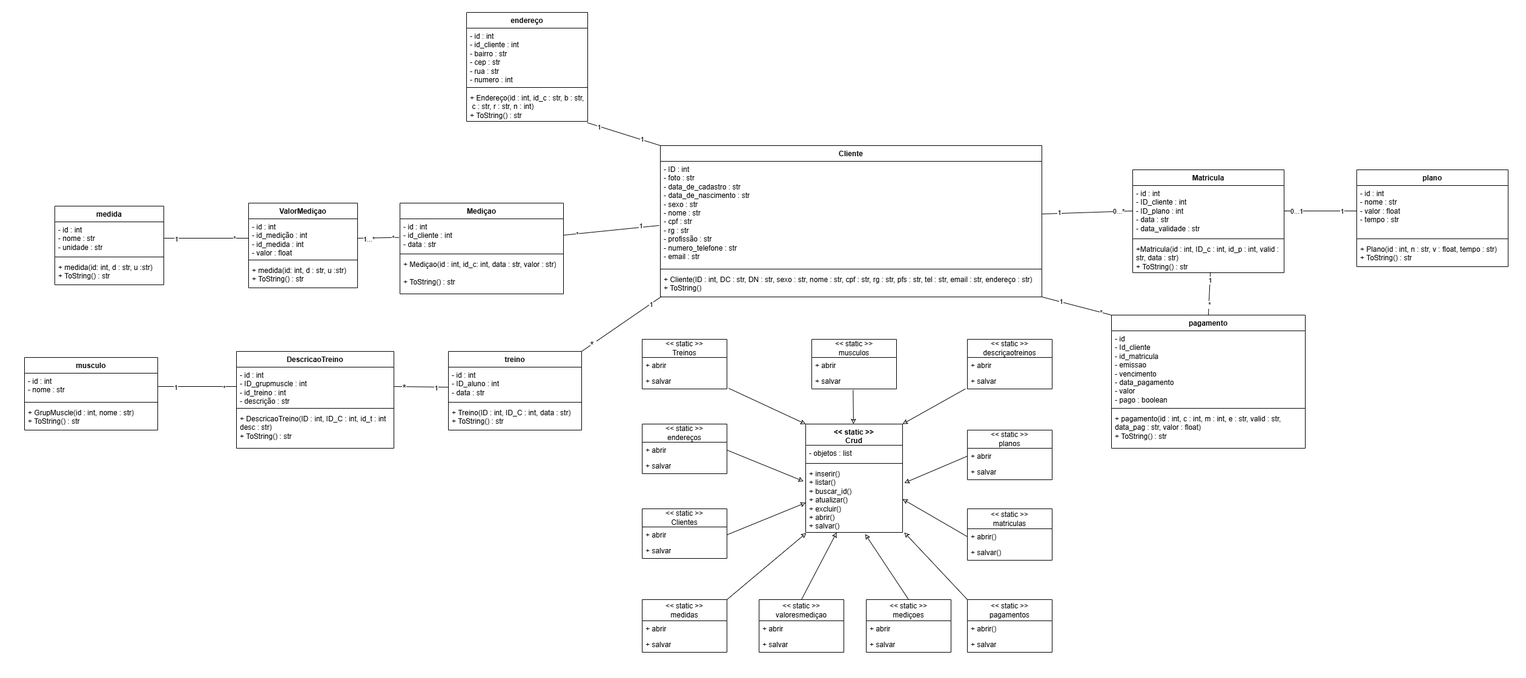
This is diagramas/diagrama-uml.png from FlavioMatias/Projeto-POO-academia, a draw.io export, as it was before one commit. Source tidied: cells renumbered, new cells last; positions are measured from the earlier drawing's top-left corner, leaving out a move shared by most shapes.
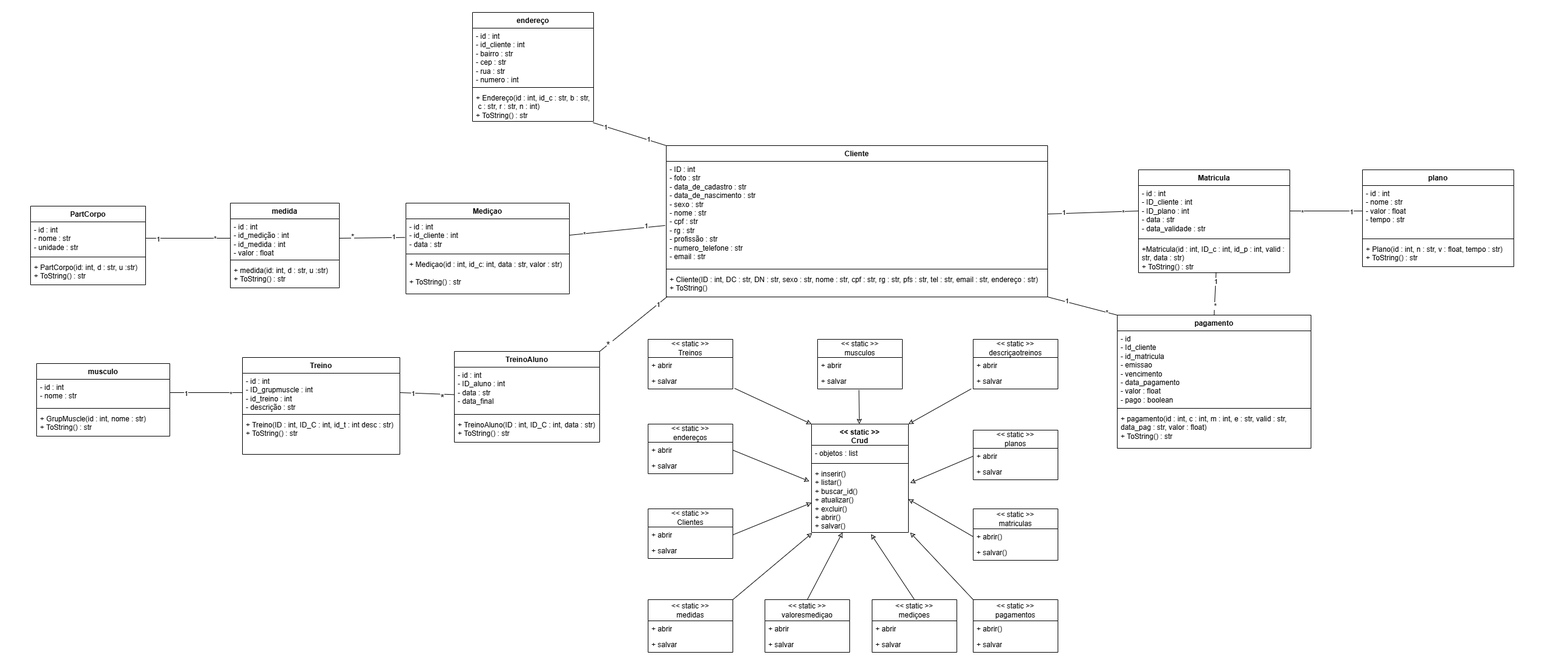
After the change.

Change to the diagram source:
```diff
@@ -2,9 +2,9 @@
   <root>
     <mxCell id="0" />
     <mxCell id="1" parent="0" />
-    <mxCell id="2" style="rounded=0;whiteSpace=wrap;html=1;strokeColor=none;" parent="1" vertex="1">
-      <mxGeometry width="2520" height="1120" as="geometry" />
-    </mxCell>
+    <mxCell id="128" style="rounded=1;whiteSpace=wrap;html=1;strokeColor=none;" parent="1" vertex="1">
+      <mxGeometry x="-10" width="2590" height="1110" as="geometry" />
+    </mxCell>
     <mxCell id="3" value="Cliente" style="swimlane;fontStyle=1;align=center;verticalAlign=top;horizontal=1;startSize=26;whiteSpace=wrap;html=1;fontFamily=Helvetica;" parent="1" vertex="1">
       <mxGeometry x="1090" y="240" width="630" height="250" as="geometry" />
     </mxCell>
@@ -44,7 +44,7 @@
     <mxCell id="15" value="pagamento" style="swimlane;fontStyle=1;align=center;verticalAlign=top;horizontal=1;startSize=26;whiteSpace=wrap;html=1;fontFamily=Helvetica;" parent="1" vertex="1">
       <mxGeometry x="1835" y="520" width="320" height="220" as="geometry" />
     </mxCell>
-    <mxCell id="16" value="- id&lt;div&gt;- Id_cliente&lt;/div&gt;&lt;div&gt;- id_matricula&lt;/div&gt;&lt;div&gt;- emissao&lt;/div&gt;&lt;div&gt;- vencimento&lt;/div&gt;&lt;div&gt;- data_pagamento&lt;/div&gt;&lt;div&gt;- valor&lt;/div&gt;&lt;div&gt;- pago : boolean&lt;/div&gt;" style="text;strokeColor=none;fillColor=none;align=left;verticalAlign=top;spacingLeft=4;spacingRight=4;overflow=hidden;whiteSpace=wrap;html=1;fontFamily=Helvetica;" parent="15" vertex="1">
+    <mxCell id="16" value="- id&lt;div&gt;- Id_cliente&lt;/div&gt;&lt;div&gt;- id_matricula&lt;/div&gt;&lt;div&gt;- emissao&lt;/div&gt;&lt;div&gt;- vencimento&lt;/div&gt;&lt;div&gt;- data_pagamento&lt;/div&gt;&lt;div&gt;- valor : float&lt;/div&gt;&lt;div&gt;- pago : boolean&lt;/div&gt;" style="text;strokeColor=none;fillColor=none;align=left;verticalAlign=top;spacingLeft=4;spacingRight=4;overflow=hidden;whiteSpace=wrap;html=1;fontFamily=Helvetica;" parent="15" vertex="1">
       <mxGeometry y="26" width="320" height="124" as="geometry" />
     </mxCell>
     <mxCell id="17" style="line;strokeWidth=1;fillColor=none;align=left;verticalAlign=middle;spacingTop=-1;spacingLeft=3;spacingRight=3;labelPosition=right;strokeColor=inherit;fontFamily=Helvetica;" parent="15" vertex="1">
@@ -53,17 +53,17 @@
     <mxCell id="18" value="+ pagamento(id : int, c : int, m : int, e : str, valid : str, data_pag : str, valor : float)&lt;div&gt;+ ToString() : str&lt;br&gt;&lt;/div&gt;" style="text;strokeColor=none;fillColor=none;align=left;verticalAlign=top;spacingLeft=4;spacingRight=4;overflow=hidden;whiteSpace=wrap;html=1;fontFamily=Helvetica;" parent="15" vertex="1">
       <mxGeometry y="158" width="320" height="62" as="geometry" />
     </mxCell>
-    <mxCell id="19" value="treino" style="swimlane;fontStyle=1;align=center;verticalAlign=top;horizontal=1;startSize=26;whiteSpace=wrap;html=1;fontFamily=Helvetica;" parent="1" vertex="1">
-      <mxGeometry x="740" y="580" width="220" height="130" as="geometry" />
+    <mxCell id="19" value="TreinoAluno" style="swimlane;fontStyle=1;align=center;verticalAlign=top;horizontal=1;startSize=26;whiteSpace=wrap;html=1;fontFamily=Helvetica;" parent="1" vertex="1">
+      <mxGeometry x="740" y="580" width="240" height="150" as="geometry" />
     </mxCell>
-    <mxCell id="20" value="- id : int&lt;div&gt;- ID_aluno : int&lt;/div&gt;&lt;div&gt;- data : str&lt;/div&gt;" style="text;strokeColor=none;fillColor=none;align=left;verticalAlign=top;spacingLeft=4;spacingRight=4;overflow=hidden;points=[[0,0.5],[1,0.5]];portConstraint=eastwest;whiteSpace=wrap;html=1;fontFamily=Helvetica;" parent="19" vertex="1">
-      <mxGeometry y="26" width="220" height="54" as="geometry" />
+    <mxCell id="20" value="- id : int&lt;div&gt;- ID_aluno : int&lt;/div&gt;&lt;div&gt;- data : str&lt;/div&gt;&lt;div&gt;- data_final&lt;/div&gt;" style="text;strokeColor=none;fillColor=none;align=left;verticalAlign=top;spacingLeft=4;spacingRight=4;overflow=hidden;points=[[0,0.5],[1,0.5]];portConstraint=eastwest;whiteSpace=wrap;html=1;fontFamily=Helvetica;" parent="19" vertex="1">
+      <mxGeometry y="26" width="240" height="74" as="geometry" />
     </mxCell>
     <mxCell id="21" style="line;strokeWidth=1;fillColor=none;align=left;verticalAlign=middle;spacingTop=-1;spacingLeft=3;spacingRight=3;labelPosition=right;strokeColor=inherit;fontFamily=Helvetica;" parent="19" vertex="1">
-      <mxGeometry y="80" width="220" height="8" as="geometry" />
+      <mxGeometry y="100" width="240" height="8" as="geometry" />
     </mxCell>
-    <mxCell id="22" value="+ Treino(ID : int, ID_C : int, data : str)&lt;div&gt;+ ToString() : str&lt;br&gt;&lt;/div&gt;" style="text;strokeColor=none;fillColor=none;align=left;verticalAlign=top;spacingLeft=4;spacingRight=4;overflow=hidden;whiteSpace=wrap;html=1;fontFamily=Helvetica;" parent="19" vertex="1">
-      <mxGeometry y="88" width="220" height="42" as="geometry" />
+    <mxCell id="22" value="+ TreinoAluno(ID : int, ID_C : int, data : str)&lt;div&gt;+ ToString() : str&lt;br&gt;&lt;/div&gt;" style="text;strokeColor=none;fillColor=none;align=left;verticalAlign=top;spacingLeft=4;spacingRight=4;overflow=hidden;whiteSpace=wrap;html=1;fontFamily=Helvetica;" parent="19" vertex="1">
+      <mxGeometry y="108" width="240" height="42" as="geometry" />
     </mxCell>
     <mxCell id="23" value="&lt;div&gt;&amp;lt;&amp;lt; static &amp;gt;&amp;gt;&lt;/div&gt;Crud" style="swimlane;fontStyle=1;align=center;verticalAlign=top;horizontal=1;startSize=35;whiteSpace=wrap;html=1;fontFamily=Helvetica;" parent="1" vertex="1">
       <mxGeometry x="1330" y="700" width="160" height="179" as="geometry" />
@@ -144,9 +144,9 @@
     <mxCell id="47" style="edgeStyle=none;shape=connector;rounded=0;jettySize=auto;html=1;exitX=0;exitY=0.5;exitDx=0;exitDy=0;entryX=1;entryY=0.5;entryDx=0;entryDy=0;strokeColor=default;align=center;verticalAlign=middle;fontFamily=Helvetica;fontSize=11;fontColor=default;labelBackgroundColor=default;endArrow=none;endFill=0;startFill=0;" parent="1" edge="1" source="12" target="4">
       <mxGeometry relative="1" as="geometry" />
     </mxCell>
-    <mxCell id="48" value="0...*" style="edgeLabel;html=1;align=center;verticalAlign=middle;fontFamily=Helvetica;fontSize=11;fontColor=default;labelBackgroundColor=default;" parent="47" vertex="1">
+    <mxCell id="48" value="*" style="edgeLabel;html=1;align=center;verticalAlign=middle;fontFamily=Helvetica;fontSize=11;fontColor=default;labelBackgroundColor=default;" parent="47" vertex="1">
       <mxGeometry x="-0.66" relative="1" as="geometry">
-        <mxPoint y="-1" as="offset" />
+        <mxPoint y="1" as="offset" />
       </mxGeometry>
     </mxCell>
     <mxCell id="49" value="1" style="edgeLabel;html=1;align=center;verticalAlign=middle;fontFamily=Helvetica;fontSize=11;fontColor=default;labelBackgroundColor=default;" parent="47" vertex="1">
@@ -176,8 +176,8 @@
         <mxPoint x="-3" as="offset" />
       </mxGeometry>
     </mxCell>
-    <mxCell id="56" value="ValorMediçao" style="swimlane;fontStyle=1;align=center;verticalAlign=top;horizontal=1;startSize=26;whiteSpace=wrap;html=1;" parent="1" vertex="1">
-      <mxGeometry x="410" y="335" width="180" height="140" as="geometry" />
+    <mxCell id="56" value="medida" style="swimlane;fontStyle=1;align=center;verticalAlign=top;horizontal=1;startSize=26;whiteSpace=wrap;html=1;" parent="1" vertex="1">
+      <mxGeometry x="370" y="335" width="180" height="140" as="geometry" />
     </mxCell>
     <mxCell id="57" value="- id : int&lt;div&gt;- id_medição : int&lt;/div&gt;&lt;div&gt;- id_medida : int&lt;/div&gt;&lt;div&gt;- valor : float&lt;br&gt;&lt;/div&gt;" style="text;strokeColor=none;fillColor=none;align=left;verticalAlign=top;spacingLeft=4;spacingRight=4;overflow=hidden;points=[[0,0.5],[1,0.5]];portConstraint=eastwest;whiteSpace=wrap;html=1;" parent="56" vertex="1">
       <mxGeometry y="26" width="180" height="64" as="geometry" />
@@ -203,11 +203,15 @@
     <mxCell id="64" style="rounded=0;jettySize=auto;html=1;exitX=1;exitY=0.5;exitDx=0;exitDy=0;entryX=-0.005;entryY=0.569;entryDx=0;entryDy=0;endArrow=none;startFill=0;entryPerimeter=0;" parent="1" edge="1" source="57" target="8">
       <mxGeometry relative="1" as="geometry" />
     </mxCell>
-    <mxCell id="65" value="*" style="edgeLabel;html=1;align=center;verticalAlign=middle;" parent="64" vertex="1">
-      <mxGeometry x="0.68" relative="1" as="geometry" />
+    <mxCell id="65" value="*" style="edgeLabel;html=1;align=center;verticalAlign=middle;fontSize=13;" parent="64" vertex="1">
+      <mxGeometry x="0.68" relative="1" as="geometry">
+        <mxPoint x="-71" y="-2" as="offset" />
+      </mxGeometry>
     </mxCell>
-    <mxCell id="66" value="1...*" style="edgeLabel;html=1;align=center;verticalAlign=middle;" parent="64" vertex="1">
-      <mxGeometry x="-0.51" y="-1" relative="1" as="geometry" />
+    <mxCell id="66" value="1" style="edgeLabel;html=1;align=center;verticalAlign=middle;" parent="64" vertex="1">
+      <mxGeometry x="-0.51" y="-1" relative="1" as="geometry">
+        <mxPoint x="63" y="-4" as="offset" />
+      </mxGeometry>
     </mxCell>
     <mxCell id="67" style="rounded=0;jettySize=auto;html=1;exitX=0;exitY=0;exitDx=0;exitDy=0;entryX=0.994;entryY=1.038;entryDx=0;entryDy=0;entryPerimeter=0;endArrow=none;startFill=0;" parent="1" edge="1" source="3" target="63">
       <mxGeometry relative="1" as="geometry" />
@@ -219,7 +223,7 @@
       <mxGeometry x="-0.48" y="-1" relative="1" as="geometry" />
     </mxCell>
     <mxCell id="70" value="musculo" style="swimlane;fontStyle=1;align=center;verticalAlign=top;horizontal=1;startSize=26;whiteSpace=wrap;html=1;fontFamily=Helvetica;" parent="1" vertex="1">
-      <mxGeometry x="40" y="590" width="220" height="120" as="geometry" />
+      <mxGeometry x="50" y="600" width="220" height="120" as="geometry" />
     </mxCell>
     <mxCell id="71" value="- id : int&lt;div&gt;- nome : str&lt;/div&gt;" style="text;strokeColor=none;fillColor=none;align=left;verticalAlign=top;spacingLeft=4;spacingRight=4;overflow=hidden;points=[[0,0.5],[1,0.5]];portConstraint=eastwest;whiteSpace=wrap;html=1;fontFamily=Helvetica;" parent="70" vertex="1">
       <mxGeometry y="26" width="220" height="44" as="geometry" />
@@ -245,14 +249,16 @@
     <mxCell id="78" style="rounded=0;jettySize=auto;html=1;exitX=0;exitY=0.5;exitDx=0;exitDy=0;endArrow=none;startFill=0;" parent="1" edge="1" source="75" target="12">
       <mxGeometry relative="1" as="geometry" />
     </mxCell>
-    <mxCell id="79" value="1" style="edgeLabel;html=1;align=center;verticalAlign=middle;" parent="78" vertex="1">
+    <mxCell id="79" value="*" style="edgeLabel;html=1;align=center;verticalAlign=middle;" parent="78" vertex="1">
       <mxGeometry x="-0.57" y="1" relative="1" as="geometry">
-        <mxPoint x="-1" y="-1" as="offset" />
+        <mxPoint x="-74" y="1" as="offset" />
       </mxGeometry>
     </mxCell>
-    <mxCell id="80" value="0...1" style="edgeLabel;html=1;align=center;verticalAlign=middle;" parent="78" vertex="1">
-      <mxGeometry x="0.68" relative="1" as="geometry" />
-    </mxCell>
+    <mxCell id="129" value="1" style="edgeLabel;html=1;align=center;verticalAlign=middle;" parent="78" vertex="1">
+      <mxGeometry x="0.68" y="1" relative="1" as="geometry">
+        <mxPoint x="81" as="offset" />
+      </mxGeometry>
+    </mxCell>
     <mxCell id="81" style="rounded=0;jettySize=auto;html=1;exitX=0.5;exitY=0;exitDx=0;exitDy=0;entryX=0.513;entryY=0.985;entryDx=0;entryDy=0;entryPerimeter=0;endArrow=none;startFill=0;" parent="1" edge="1" source="15" target="14">
       <mxGeometry relative="1" as="geometry" />
     </mxCell>
@@ -262,8 +268,8 @@
     <mxCell id="83" value="*" style="edgeLabel;html=1;align=center;verticalAlign=middle;" parent="81" vertex="1">
       <mxGeometry x="-0.52" relative="1" as="geometry" />
     </mxCell>
-    <mxCell id="84" value="DescricaoTreino" style="swimlane;fontStyle=1;align=center;verticalAlign=top;horizontal=1;startSize=26;whiteSpace=wrap;html=1;fontFamily=Helvetica;" parent="1" vertex="1">
-      <mxGeometry x="390" y="580" width="260" height="160" as="geometry" />
+    <mxCell id="84" value="Treino" style="swimlane;fontStyle=1;align=center;verticalAlign=top;horizontal=1;startSize=26;whiteSpace=wrap;html=1;fontFamily=Helvetica;" parent="1" vertex="1">
+      <mxGeometry x="390" y="590" width="260" height="160" as="geometry" />
     </mxCell>
     <mxCell id="85" value="- id : int&lt;div&gt;- ID_grupmuscle : int&lt;/div&gt;&lt;div&gt;- id_treino : int&lt;/div&gt;&lt;div&gt;- descrição : str&lt;/div&gt;" style="text;strokeColor=none;fillColor=none;align=left;verticalAlign=top;spacingLeft=4;spacingRight=4;overflow=hidden;points=[[0,0.5],[1,0.5]];portConstraint=eastwest;whiteSpace=wrap;html=1;fontFamily=Helvetica;" parent="84" vertex="1">
       <mxGeometry y="26" width="260" height="64" as="geometry" />
@@ -271,18 +277,20 @@
     <mxCell id="86" style="line;strokeWidth=1;fillColor=none;align=left;verticalAlign=middle;spacingTop=-1;spacingLeft=3;spacingRight=3;labelPosition=right;strokeColor=inherit;fontFamily=Helvetica;" parent="84" vertex="1">
       <mxGeometry y="90" width="260" height="8" as="geometry" />
     </mxCell>
-    <mxCell id="87" value="+ DescricaoTreino(ID : int, ID_C : int, id_t : int desc : str)&lt;div&gt;+ ToString() : str&lt;br&gt;&lt;/div&gt;" style="text;strokeColor=none;fillColor=none;align=left;verticalAlign=top;spacingLeft=4;spacingRight=4;overflow=hidden;whiteSpace=wrap;html=1;fontFamily=Helvetica;" parent="84" vertex="1">
+    <mxCell id="87" value="+ Treino(ID : int, ID_C : int, id_t : int desc : str)&lt;div&gt;+ ToString() : str&lt;br&gt;&lt;/div&gt;" style="text;strokeColor=none;fillColor=none;align=left;verticalAlign=top;spacingLeft=4;spacingRight=4;overflow=hidden;whiteSpace=wrap;html=1;fontFamily=Helvetica;" parent="84" vertex="1">
       <mxGeometry y="98" width="260" height="62" as="geometry" />
     </mxCell>
     <mxCell id="88" style="rounded=0;jettySize=auto;html=1;exitX=1;exitY=0.5;exitDx=0;exitDy=0;endArrow=none;startFill=0;entryX=-0.001;entryY=0.613;entryDx=0;entryDy=0;entryPerimeter=0;" parent="1" edge="1" source="85" target="20">
       <mxGeometry relative="1" as="geometry" />
     </mxCell>
     <mxCell id="89" value="1" style="edgeLabel;html=1;align=center;verticalAlign=middle;fontFamily=Helvetica;fontSize=11;fontColor=default;labelBackgroundColor=default;" parent="88" vertex="1">
-      <mxGeometry x="0.54" y="-1" relative="1" as="geometry" />
+      <mxGeometry x="0.54" y="-1" relative="1" as="geometry">
+        <mxPoint x="-49" y="-3" as="offset" />
+      </mxGeometry>
     </mxCell>
     <mxCell id="90" value="*" style="edgeLabel;html=1;align=center;verticalAlign=middle;fontFamily=Helvetica;fontSize=16;fontColor=default;labelBackgroundColor=default;" parent="88" vertex="1">
       <mxGeometry x="-0.63" relative="1" as="geometry">
-        <mxPoint y="2" as="offset" />
+        <mxPoint x="53" y="7" as="offset" />
       </mxGeometry>
     </mxCell>
     <mxCell id="91" style="edgeStyle=none;shape=connector;rounded=0;jettySize=auto;html=1;exitX=1;exitY=0.5;exitDx=0;exitDy=0;entryX=0;entryY=0.5;entryDx=0;entryDy=0;strokeColor=default;align=center;verticalAlign=middle;fontFamily=Helvetica;fontSize=11;fontColor=default;labelBackgroundColor=default;startFill=0;endArrow=none;" parent="1" edge="1" source="71" target="85">
@@ -296,17 +304,17 @@
         <mxPoint y="-1" as="offset" />
       </mxGeometry>
     </mxCell>
-    <mxCell id="94" value="medida" style="swimlane;fontStyle=1;align=center;verticalAlign=top;horizontal=1;startSize=26;whiteSpace=wrap;html=1;" parent="1" vertex="1">
-      <mxGeometry x="90" y="340" width="180" height="130" as="geometry" />
+    <mxCell id="94" value="PartCorpo" style="swimlane;fontStyle=1;align=center;verticalAlign=top;horizontal=1;startSize=26;whiteSpace=wrap;html=1;" parent="1" vertex="1">
+      <mxGeometry x="40" y="340" width="190" height="130" as="geometry" />
     </mxCell>
     <mxCell id="95" value="- id : int&lt;div&gt;&lt;span style=&quot;background-color: transparent; color: light-dark(rgb(0, 0, 0), rgb(255, 255, 255));&quot;&gt;- nome : str&lt;/span&gt;&lt;br&gt;&lt;/div&gt;&lt;div&gt;&lt;span style=&quot;background-color: transparent; color: light-dark(rgb(0, 0, 0), rgb(255, 255, 255));&quot;&gt;- unidade : str&lt;/span&gt;&lt;/div&gt;" style="text;strokeColor=none;fillColor=none;align=left;verticalAlign=top;spacingLeft=4;spacingRight=4;overflow=hidden;points=[[0,0.5],[1,0.5]];portConstraint=eastwest;whiteSpace=wrap;html=1;" parent="94" vertex="1">
-      <mxGeometry y="26" width="180" height="54" as="geometry" />
+      <mxGeometry y="26" width="190" height="54" as="geometry" />
     </mxCell>
     <mxCell id="96" style="line;strokeWidth=1;fillColor=none;align=left;verticalAlign=middle;spacingTop=-1;spacingLeft=3;spacingRight=3;labelPosition=right;strokeColor=inherit;" parent="94" vertex="1">
-      <mxGeometry y="80" width="180" height="8" as="geometry" />
+      <mxGeometry y="80" width="190" height="8" as="geometry" />
     </mxCell>
-    <mxCell id="97" value="+ medida(id: int, d : str, u :str)&lt;div&gt;+ ToString() : str&lt;br&gt;&lt;/div&gt;&lt;div&gt;&lt;br&gt;&lt;/div&gt;" style="text;strokeColor=none;fillColor=none;align=left;verticalAlign=top;spacingLeft=4;spacingRight=4;overflow=hidden;whiteSpace=wrap;html=1;" parent="94" vertex="1">
-      <mxGeometry y="88" width="180" height="42" as="geometry" />
+    <mxCell id="97" value="+ PartCorpo(id: int, d : str, u :str)&lt;div&gt;+ ToString() : str&lt;br&gt;&lt;/div&gt;&lt;div&gt;&lt;br&gt;&lt;/div&gt;" style="text;strokeColor=none;fillColor=none;align=left;verticalAlign=top;spacingLeft=4;spacingRight=4;overflow=hidden;whiteSpace=wrap;html=1;" parent="94" vertex="1">
+      <mxGeometry y="88" width="190" height="42" as="geometry" />
     </mxCell>
     <mxCell id="98" style="edgeStyle=none;shape=connector;rounded=0;jettySize=auto;html=1;exitX=1;exitY=0.5;exitDx=0;exitDy=0;entryX=0;entryY=0.5;entryDx=0;entryDy=0;strokeColor=default;align=center;verticalAlign=middle;fontFamily=Helvetica;fontSize=11;fontColor=default;labelBackgroundColor=default;startFill=0;endArrow=none;" parent="1" edge="1" source="95" target="57">
       <mxGeometry relative="1" as="geometry" />
```
